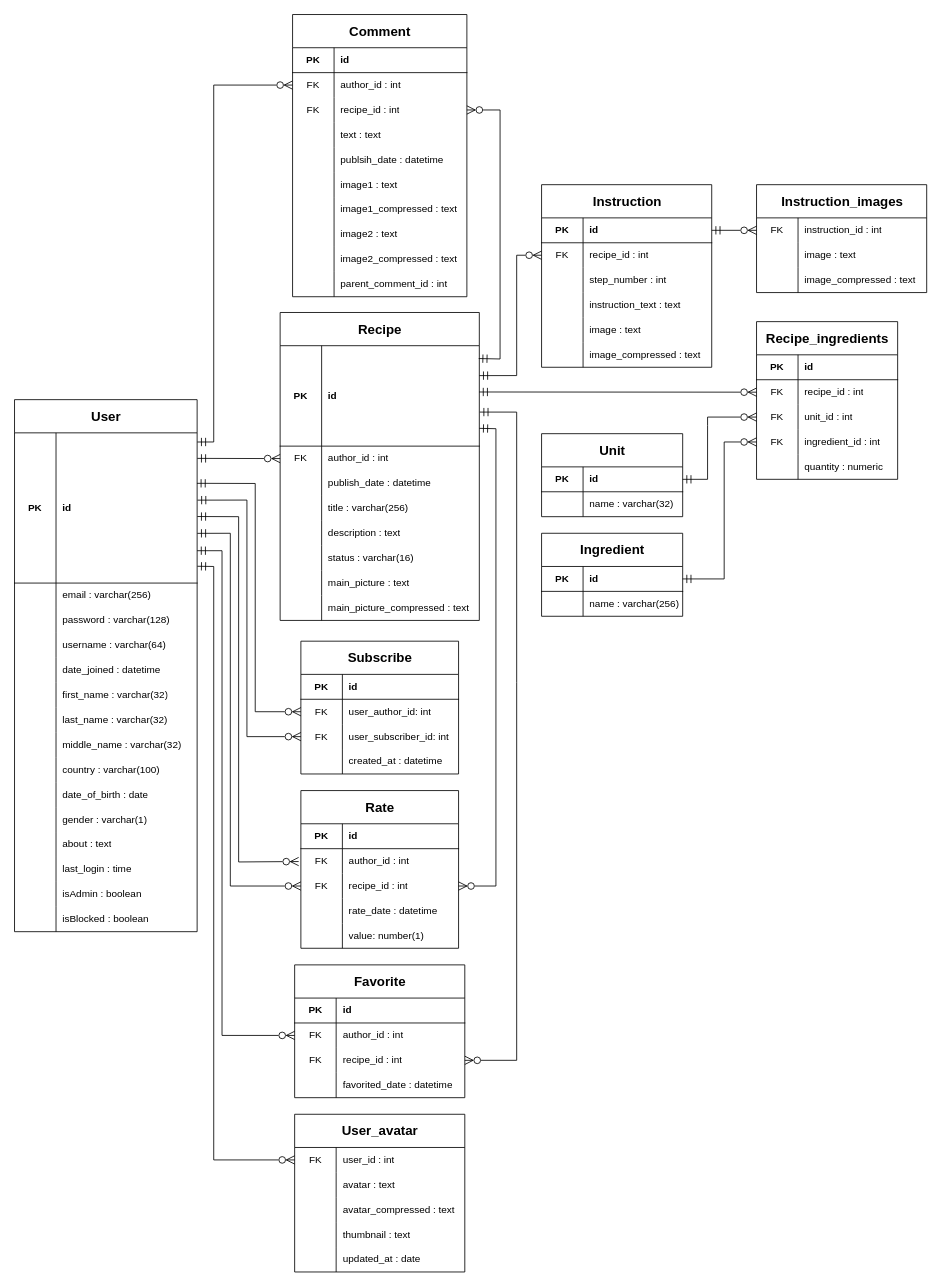
Above: docs/ER-diagram/ER-diagram — Web Gastronomy.drawio in BullDigga/web-gastronomy (draw.io), before the change. Source tidied: cells renumbered, new cells numbered last; positions are measured from the earlier drawing's top-left corner, leaving out a move shared by most shapes. Both pictures are drawn from the tidied source at 83%, with x=0, y=0 at pixel (14, 14).
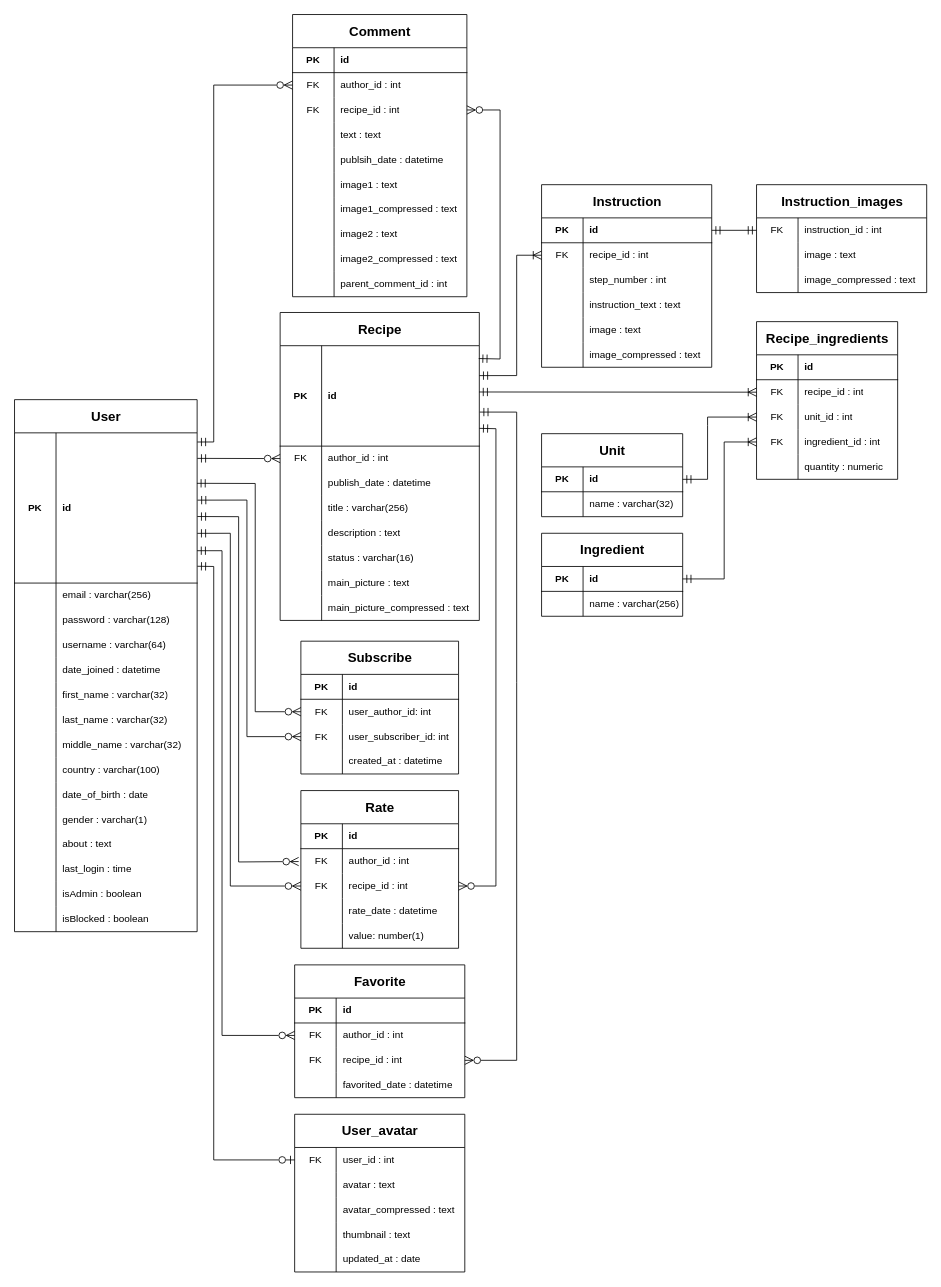
The same diagram, later.

Commit message (it also covers changes not shown here):
Исправлены связи в ER-диаграмме

The change refers to these unchanged cells:
```xml
<mxCell id="3" style="shape=tableRow;horizontal=0;startSize=0;swimlaneHead=0;swimlaneBody=0;fillColor=none;points=[[0,0.5],[1,0.5]];portConstraint=eastwest;top=0;left=0;right=0;bottom=1;" parent="2" vertex="1">
  <mxGeometry y="40" width="220" height="181" as="geometry" />
</mxCell>
<mxCell id="49" style="shape=tableRow;horizontal=0;startSize=0;swimlaneHead=0;swimlaneBody=0;fillColor=none;points=[[0,0.5],[1,0.5]];portConstraint=eastwest;top=0;left=0;right=0;bottom=1;" parent="48" vertex="1">
  <mxGeometry y="40" width="240" height="121" as="geometry" />
</mxCell>
<mxCell id="124" style="shape=tableRow;horizontal=0;startSize=0;swimlaneHead=0;swimlaneBody=0;fillColor=none;points=[[0,0.5],[1,0.5]];portConstraint=eastwest;top=0;left=0;right=0;bottom=1;" parent="123" vertex="1">
  <mxGeometry y="40" width="170" height="30" as="geometry" />
</mxCell>
<mxCell id="131" style="shape=tableRow;horizontal=0;startSize=0;swimlaneHead=0;swimlaneBody=0;fillColor=none;points=[[0,0.5],[1,0.5]];portConstraint=eastwest;top=0;left=0;right=0;bottom=1;" parent="130" vertex="1">
  <mxGeometry y="40" width="170" height="30" as="geometry" />
</mxCell>
<mxCell id="141" style="shape=tableRow;horizontal=0;startSize=0;swimlaneHead=0;swimlaneBody=0;fillColor=none;points=[[0,0.5],[1,0.5]];portConstraint=eastwest;top=0;left=0;right=0;bottom=0;" parent="137" vertex="1">
  <mxGeometry y="70" width="170" height="30" as="geometry" />
</mxCell>
<mxCell id="144" style="shape=tableRow;horizontal=0;startSize=0;swimlaneHead=0;swimlaneBody=0;fillColor=none;points=[[0,0.5],[1,0.5]];portConstraint=eastwest;top=0;left=0;right=0;bottom=0;" parent="137" vertex="1">
  <mxGeometry y="100" width="170" height="30" as="geometry" />
</mxCell>
<mxCell id="147" style="shape=tableRow;horizontal=0;startSize=0;swimlaneHead=0;swimlaneBody=0;fillColor=none;points=[[0,0.5],[1,0.5]];portConstraint=eastwest;top=0;left=0;right=0;bottom=0;" parent="137" vertex="1">
  <mxGeometry y="130" width="170" height="30" as="geometry" />
</mxCell>
<mxCell id="154" style="shape=tableRow;horizontal=0;startSize=0;swimlaneHead=0;swimlaneBody=0;fillColor=none;points=[[0,0.5],[1,0.5]];portConstraint=eastwest;top=0;left=0;right=0;bottom=1;" parent="153" vertex="1">
  <mxGeometry y="40" width="205" height="30" as="geometry" />
</mxCell>
<mxCell id="157" style="shape=tableRow;horizontal=0;startSize=0;swimlaneHead=0;swimlaneBody=0;fillColor=none;points=[[0,0.5],[1,0.5]];portConstraint=eastwest;top=0;left=0;right=0;bottom=0;" parent="153" vertex="1">
  <mxGeometry y="70" width="205" height="30" as="geometry" />
</mxCell>
<mxCell id="209" style="shape=tableRow;horizontal=0;startSize=0;swimlaneHead=0;swimlaneBody=0;fillColor=none;points=[[0,0.5],[1,0.5]];portConstraint=eastwest;top=0;left=0;right=0;bottom=0;" parent="208" vertex="1">
  <mxGeometry y="40" width="205" height="30" as="geometry" />
</mxCell>
<mxCell id="227" style="shape=tableRow;horizontal=0;startSize=0;swimlaneHead=0;swimlaneBody=0;fillColor=none;points=[[0,0.5],[1,0.5]];portConstraint=eastwest;top=0;left=0;right=0;bottom=0;" parent="226" vertex="1">
  <mxGeometry y="40" width="205" height="30" as="geometry" />
</mxCell>
```

Diff of the diagram source:
```diff
@@
-    <mxCell id="172" style="endArrow=ERmandOne;startArrow=ERzeroToMany;endFill=0;startFill=0;html=1;verticalAlign=bottom;labelBackgroundColor=none;strokeWidth=1;startSize=8;endSize=8;rounded=0;exitX=0;exitY=0.5;exitDx=0;exitDy=0;entryX=0.999;entryY=0.461;entryDx=0;entryDy=0;entryPerimeter=0;" parent="1" edge="1" source="141" target="49">
+    <mxCell id="172" style="endArrow=ERmandOne;startArrow=ERoneToMany;endFill=0;startFill=0;html=1;verticalAlign=bottom;labelBackgroundColor=none;strokeWidth=1;startSize=8;endSize=8;rounded=0;exitX=0;exitY=0.5;exitDx=0;exitDy=0;entryX=0.999;entryY=0.461;entryDx=0;entryDy=0;entryPerimeter=0;" parent="1" edge="1" source="141" target="49">
       <mxGeometry relative="1" as="geometry" />
     </mxCell>
-    <mxCell id="173" style="endArrow=ERmandOne;startArrow=ERzeroToMany;endFill=0;startFill=0;html=1;verticalAlign=bottom;labelBackgroundColor=none;strokeWidth=1;startSize=8;endSize=8;rounded=0;exitX=0;exitY=0.5;exitDx=0;exitDy=0;entryX=1;entryY=0.5;entryDx=0;entryDy=0;" parent="1" edge="1" source="144" target="131">
+    <mxCell id="173" style="endArrow=ERmandOne;startArrow=ERoneToMany;endFill=0;startFill=0;html=1;verticalAlign=bottom;labelBackgroundColor=none;strokeWidth=1;startSize=8;endSize=8;rounded=0;exitX=0;exitY=0.5;exitDx=0;exitDy=0;entryX=1;entryY=0.5;entryDx=0;entryDy=0;" parent="1" edge="1" source="144" target="131">
       <mxGeometry relative="1" as="geometry">
         <Array as="points">
           <mxPoint x="835" y="485" />
           <mxPoint x="835" y="495" />
           <mxPoint x="835" y="560" />
         </Array>
       </mxGeometry>
     </mxCell>
-    <mxCell id="174" style="endArrow=ERmandOne;startArrow=ERzeroToMany;endFill=0;startFill=0;html=1;verticalAlign=bottom;labelBackgroundColor=none;strokeWidth=1;startSize=8;endSize=8;rounded=0;exitX=0;exitY=0.5;exitDx=0;exitDy=0;entryX=1;entryY=0.5;entryDx=0;entryDy=0;" parent="1" edge="1" source="147" target="124">
+    <mxCell id="174" style="endArrow=ERmandOne;startArrow=ERoneToMany;endFill=0;startFill=0;html=1;verticalAlign=bottom;labelBackgroundColor=none;strokeWidth=1;startSize=8;endSize=8;rounded=0;exitX=0;exitY=0.5;exitDx=0;exitDy=0;entryX=1;entryY=0.5;entryDx=0;entryDy=0;" parent="1" edge="1" source="147" target="124">
       <mxGeometry relative="1" as="geometry">
         <Array as="points">
           <mxPoint x="855" y="515" />
           <mxPoint x="855" y="680" />
         </Array>
       </mxGeometry>
     </mxCell>
-    <mxCell id="175" style="endArrow=ERmandOne;startArrow=ERzeroToMany;endFill=0;startFill=0;html=1;verticalAlign=bottom;labelBackgroundColor=none;strokeWidth=1;startSize=8;endSize=8;rounded=0;exitX=0;exitY=0.5;exitDx=0;exitDy=0;entryX=1;entryY=0.298;entryDx=0;entryDy=0;entryPerimeter=0;" parent="1" edge="1" source="157" target="49">
+    <mxCell id="175" style="endArrow=ERmandOne;startArrow=ERoneToMany;endFill=0;startFill=0;html=1;verticalAlign=bottom;labelBackgroundColor=none;strokeWidth=1;startSize=8;endSize=8;rounded=0;exitX=0;exitY=0.5;exitDx=0;exitDy=0;entryX=1;entryY=0.298;entryDx=0;entryDy=0;entryPerimeter=0;" parent="1" edge="1" source="157" target="49">
       <mxGeometry relative="1" as="geometry">
         <Array as="points">
           <mxPoint x="605" y="290" />
           <mxPoint x="605" y="435" />
         </Array>
       </mxGeometry>
     </mxCell>
@@
-    <mxCell id="225" style="endArrow=ERmandOne;startArrow=ERzeroToMany;endFill=0;startFill=0;html=1;verticalAlign=bottom;labelBackgroundColor=none;strokeWidth=1;startSize=8;endSize=8;rounded=0;exitX=0;exitY=0.5;exitDx=0;exitDy=0;entryX=1.001;entryY=0.888;entryDx=0;entryDy=0;entryPerimeter=0;" parent="1" edge="1" source="209" target="3">
+    <mxCell id="225" style="endArrow=ERmandOne;startArrow=ERzeroToOne;endFill=0;startFill=0;html=1;verticalAlign=bottom;labelBackgroundColor=none;strokeWidth=1;startSize=8;endSize=8;rounded=0;exitX=0;exitY=0.5;exitDx=0;exitDy=0;entryX=1.001;entryY=0.888;entryDx=0;entryDy=0;entryPerimeter=0;" parent="1" edge="1" source="209" target="3">
       <mxGeometry relative="1" as="geometry">
         <Array as="points">
           <mxPoint x="240" y="1380" />
           <mxPoint x="240" y="665" />
         </Array>
       </mxGeometry>
     </mxCell>
@@
-    <mxCell id="236" style="endArrow=ERmandOne;startArrow=ERzeroToMany;endFill=0;startFill=0;html=1;verticalAlign=bottom;labelBackgroundColor=none;strokeWidth=1;startSize=8;endSize=8;rounded=0;exitX=0;exitY=0.5;exitDx=0;exitDy=0;entryX=1;entryY=0.5;entryDx=0;entryDy=0;" parent="1" edge="1" source="227" target="154">
+    <mxCell id="236" style="endArrow=ERmandOne;startArrow=ERmandOne;endFill=0;startFill=0;html=1;verticalAlign=bottom;labelBackgroundColor=none;strokeWidth=1;startSize=8;endSize=8;rounded=0;exitX=0;exitY=0.5;exitDx=0;exitDy=0;entryX=1;entryY=0.5;entryDx=0;entryDy=0;" parent="1" edge="1" source="227" target="154">
       <mxGeometry relative="1" as="geometry" />
     </mxCell>
```
